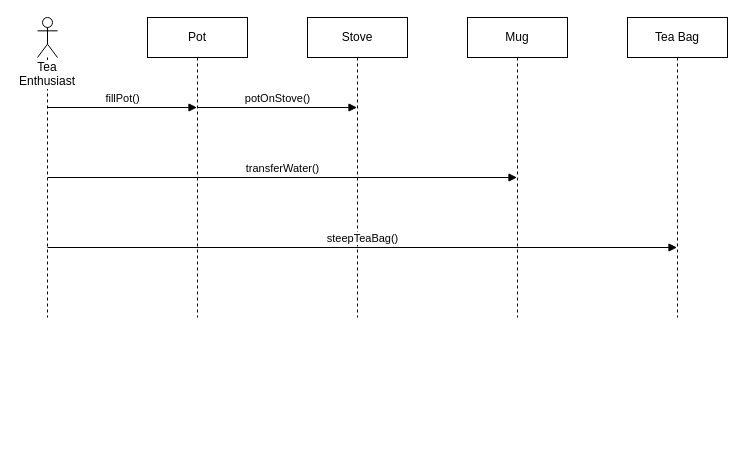
Before: page "Design Model" (3 of 3) of TeaMidterm.drawio in aulo/CISC210Draw, a draw.io diagram. Source tidied: cells renumbered, new cells numbered last; positions are measured from the earlier drawing's top-left corner, leaving out a move shared by most shapes. Both pictures are drawn from the tidied source at 100%, with x=0, y=0 at pixel (37, 17).
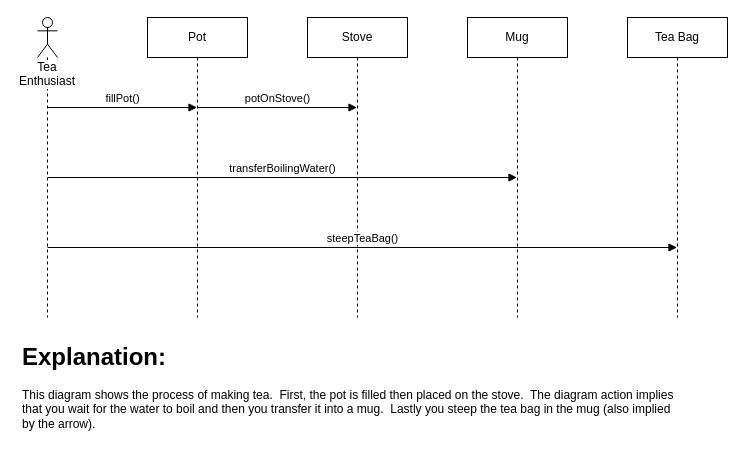
After the change.

The edit, as a diff of the source:
```diff
@@
 <mxGraphModel>
   <root>
     <mxCell id="0" />
     <mxCell id="1" parent="0" />
     <mxCell id="2" value="Tea Enthusiast" style="shape=umlLifeline;participant=umlActor;perimeter=lifelinePerimeter;whiteSpace=wrap;html=1;verticalAlign=top;spacingTop=36;labelBackgroundColor=#ffffff;align=center;" parent="1" vertex="1">
       <mxGeometry width="20" height="300" as="geometry" />
     </mxCell>
     <mxCell id="3" value="Pot" style="shape=umlLifeline;perimeter=lifelinePerimeter;whiteSpace=wrap;html=1;outlineConnect=0;align=center;" parent="1" vertex="1">
       <mxGeometry x="110" width="100" height="300" as="geometry" />
     </mxCell>
     <mxCell id="4" value="Stove" style="shape=umlLifeline;perimeter=lifelinePerimeter;whiteSpace=wrap;html=1;outlineConnect=0;align=center;" parent="1" vertex="1">
       <mxGeometry x="270" width="100" height="300" as="geometry" />
     </mxCell>
     <mxCell id="5" value="Mug" style="shape=umlLifeline;perimeter=lifelinePerimeter;whiteSpace=wrap;html=1;outlineConnect=0;align=center;" parent="1" vertex="1">
       <mxGeometry x="430" width="100" height="300" as="geometry" />
     </mxCell>
     <mxCell id="6" value="Tea Bag" style="shape=umlLifeline;perimeter=lifelinePerimeter;whiteSpace=wrap;html=1;outlineConnect=0;align=center;" parent="1" vertex="1">
       <mxGeometry x="590" width="100" height="300" as="geometry" />
     </mxCell>
     <mxCell id="7" value="fillPot()" style="html=1;verticalAlign=bottom;endArrow=block;" parent="1" edge="1" target="3">
       <mxGeometry relative="1" as="geometry">
         <mxPoint x="10" y="90" as="sourcePoint" />
       </mxGeometry>
     </mxCell>
     <mxCell id="8" value="potOnStove()" style="html=1;verticalAlign=bottom;endArrow=block;" parent="1" edge="1" target="4">
       <mxGeometry relative="1" as="geometry">
         <mxPoint x="160" y="90" as="sourcePoint" />
       </mxGeometry>
     </mxCell>
-    <mxCell id="9" value="transferWater()" style="html=1;verticalAlign=bottom;endArrow=block;" parent="1" edge="1" target="5">
+    <mxCell id="9" value="transferBoilingWater()" style="html=1;verticalAlign=bottom;endArrow=block;" parent="1" edge="1" target="5">
       <mxGeometry relative="1" as="geometry">
         <mxPoint x="10" y="160" as="sourcePoint" />
       </mxGeometry>
     </mxCell>
     <mxCell id="10" value="steepTeaBag()" style="html=1;verticalAlign=bottom;endArrow=block;" parent="1" edge="1" target="6">
       <mxGeometry relative="1" as="geometry">
         <mxPoint x="10" y="230" as="sourcePoint" />
       </mxGeometry>
     </mxCell>
+    <mxCell id="11" value="&lt;h1&gt;Explanation:&lt;/h1&gt;&lt;p&gt;This diagram shows the process of making tea.&amp;nbsp; First, the pot is filled then placed on the stove.&amp;nbsp; The diagram action implies that you wait for the water to boil and then you transfer it into a mug.&amp;nbsp; Lastly you steep the tea bag in the mug (also implied by the arrow).&lt;/p&gt;" style="text;html=1;strokeColor=none;fillColor=none;spacing=5;spacingTop=-20;whiteSpace=wrap;overflow=hidden;rounded=0;align=left;" parent="1" vertex="1">
+      <mxGeometry x="-20" y="320" width="670" height="100" as="geometry" />
+    </mxCell>
   </root>
 </mxGraphModel>
```
